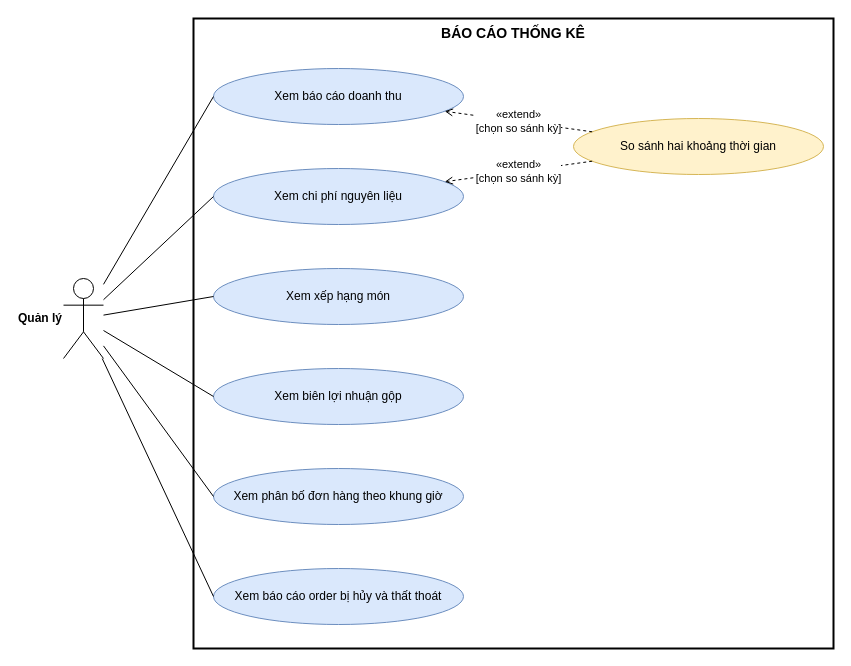
Earlier version of the draw.io diagram page "04 Báo cáo" (5 of 7) of docs/UseCase_HeThongQuanLyNhaHang.drawio (nminhzzz/restaurant-management-ai). Source tidied: cells renumbered, new cells numbered last; positions are measured from the earlier drawing's top-left corner, leaving out a move shared by most shapes. Both pictures are drawn from the tidied source at 100%, with x=0, y=0 at pixel (63, 18).
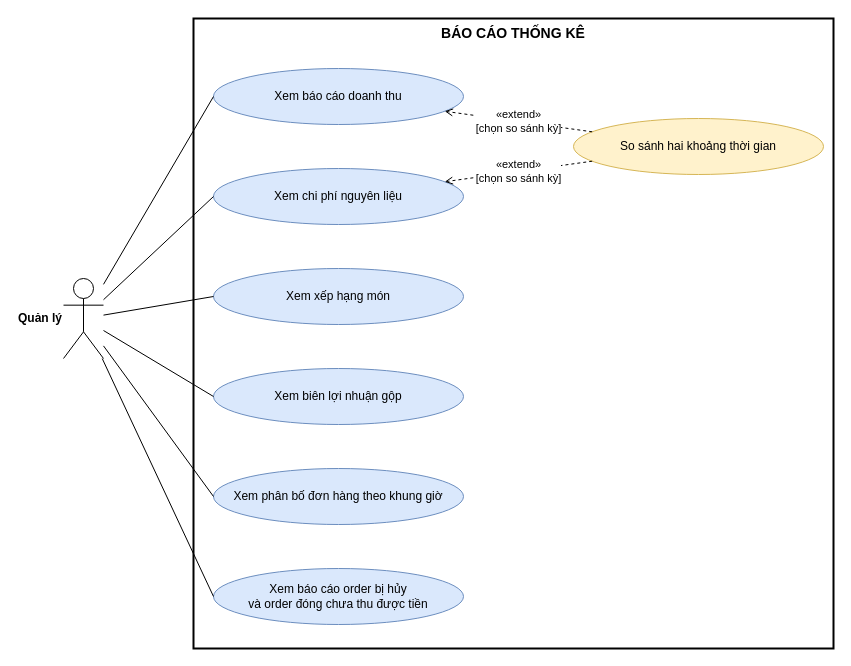
The same page after the edit.

Diff of the diagram source:
```diff
@@
 <mxGraphModel>
   <root>
     <mxCell id="0" />
     <mxCell id="1" parent="0" />
     <mxCell id="2" value="BÁO CÁO THỐNG KÊ" style="rounded=0;whiteSpace=wrap;html=1;verticalAlign=top;fontStyle=1;fontSize=14;fillColor=none;strokeWidth=2;" parent="1" vertex="1">
       <mxGeometry x="130" width="640" height="630" as="geometry" />
     </mxCell>
     <mxCell id="3" value="Xem báo cáo doanh thu" style="ellipse;whiteSpace=wrap;html=1;fontSize=12;fillColor=#dae8fc;strokeColor=#6c8ebf;" parent="1" vertex="1">
       <mxGeometry x="150" y="50" width="250" height="56" as="geometry" />
     </mxCell>
     <mxCell id="4" value="Xem chi phí nguyên liệu" style="ellipse;whiteSpace=wrap;html=1;fontSize=12;fillColor=#dae8fc;strokeColor=#6c8ebf;" parent="1" vertex="1">
       <mxGeometry x="150" y="150" width="250" height="56" as="geometry" />
     </mxCell>
     <mxCell id="5" value="Xem xếp hạng món" style="ellipse;whiteSpace=wrap;html=1;fontSize=12;fillColor=#dae8fc;strokeColor=#6c8ebf;" parent="1" vertex="1">
       <mxGeometry x="150" y="250" width="250" height="56" as="geometry" />
     </mxCell>
     <mxCell id="6" value="Xem biên lợi nhuận gộp" style="ellipse;whiteSpace=wrap;html=1;fontSize=12;fillColor=#dae8fc;strokeColor=#6c8ebf;" parent="1" vertex="1">
       <mxGeometry x="150" y="350" width="250" height="56" as="geometry" />
     </mxCell>
     <mxCell id="7" value="Xem phân bố đơn hàng theo khung giờ" style="ellipse;whiteSpace=wrap;html=1;fontSize=12;fillColor=#dae8fc;strokeColor=#6c8ebf;" parent="1" vertex="1">
       <mxGeometry x="150" y="450" width="250" height="56" as="geometry" />
     </mxCell>
-    <mxCell id="8" value="Xem báo cáo order bị hủy và thất thoát" style="ellipse;whiteSpace=wrap;html=1;fontSize=12;fillColor=#dae8fc;strokeColor=#6c8ebf;" parent="1" vertex="1">
+    <mxCell id="8" value="Xem báo cáo order bị hủy&lt;br&gt;và order đóng chưa thu được tiền" style="ellipse;whiteSpace=wrap;html=1;fontSize=12;fillColor=#dae8fc;strokeColor=#6c8ebf;" parent="1" vertex="1">
       <mxGeometry x="150" y="550" width="250" height="56" as="geometry" />
     </mxCell>
     <mxCell id="9" value="So sánh hai khoảng thời gian" style="ellipse;whiteSpace=wrap;html=1;fontSize=12;fillColor=#fff2cc;strokeColor=#d6b656;" parent="1" vertex="1">
       <mxGeometry x="510" y="100" width="250" height="56" as="geometry" />
     </mxCell>
     <mxCell id="10" value="Quản lý" style="shape=umlActor;html=1;outlineConnect=0;fontSize=12;fontStyle=1;labelPosition=left;verticalLabelPosition=middle;align=right;verticalAlign=middle;" parent="1" vertex="1">
       <mxGeometry y="260" width="40" height="80" as="geometry" />
     </mxCell>
     <mxCell id="11" style="endArrow=none;html=1;rounded=0;entryX=0;entryY=0.5;entryDx=0;entryDy=0;" parent="1" edge="1" source="10" target="3">
       <mxGeometry relative="1" as="geometry" />
     </mxCell>
     <mxCell id="12" style="endArrow=none;html=1;rounded=0;entryX=0;entryY=0.5;entryDx=0;entryDy=0;" parent="1" edge="1" source="10" target="4">
       <mxGeometry relative="1" as="geometry" />
     </mxCell>
     <mxCell id="13" style="endArrow=none;html=1;rounded=0;entryX=0;entryY=0.5;entryDx=0;entryDy=0;" parent="1" edge="1" source="10" target="5">
       <mxGeometry relative="1" as="geometry" />
     </mxCell>
     <mxCell id="14" style="endArrow=none;html=1;rounded=0;entryX=0;entryY=0.5;entryDx=0;entryDy=0;" parent="1" edge="1" source="10" target="6">
       <mxGeometry relative="1" as="geometry" />
     </mxCell>
     <mxCell id="15" style="endArrow=none;html=1;rounded=0;entryX=0;entryY=0.5;entryDx=0;entryDy=0;" parent="1" edge="1" source="10" target="7">
       <mxGeometry relative="1" as="geometry" />
     </mxCell>
     <mxCell id="16" style="endArrow=none;html=1;rounded=0;entryX=0;entryY=0.5;entryDx=0;entryDy=0;" parent="1" edge="1" source="10" target="8">
       <mxGeometry relative="1" as="geometry" />
     </mxCell>
     <mxCell id="17" value="«extend»&lt;br&gt;[chọn so sánh kỳ]" style="endArrow=open;endFill=0;dashed=1;html=1;rounded=0;fontSize=11;labelBackgroundColor=#ffffff;" parent="1" edge="1" source="9" target="3">
       <mxGeometry relative="1" as="geometry" />
     </mxCell>
     <mxCell id="18" value="«extend»&lt;br&gt;[chọn so sánh kỳ]" style="endArrow=open;endFill=0;dashed=1;html=1;rounded=0;fontSize=11;labelBackgroundColor=#ffffff;" parent="1" edge="1" source="9" target="4">
       <mxGeometry relative="1" as="geometry" />
     </mxCell>
   </root>
 </mxGraphModel>
```
